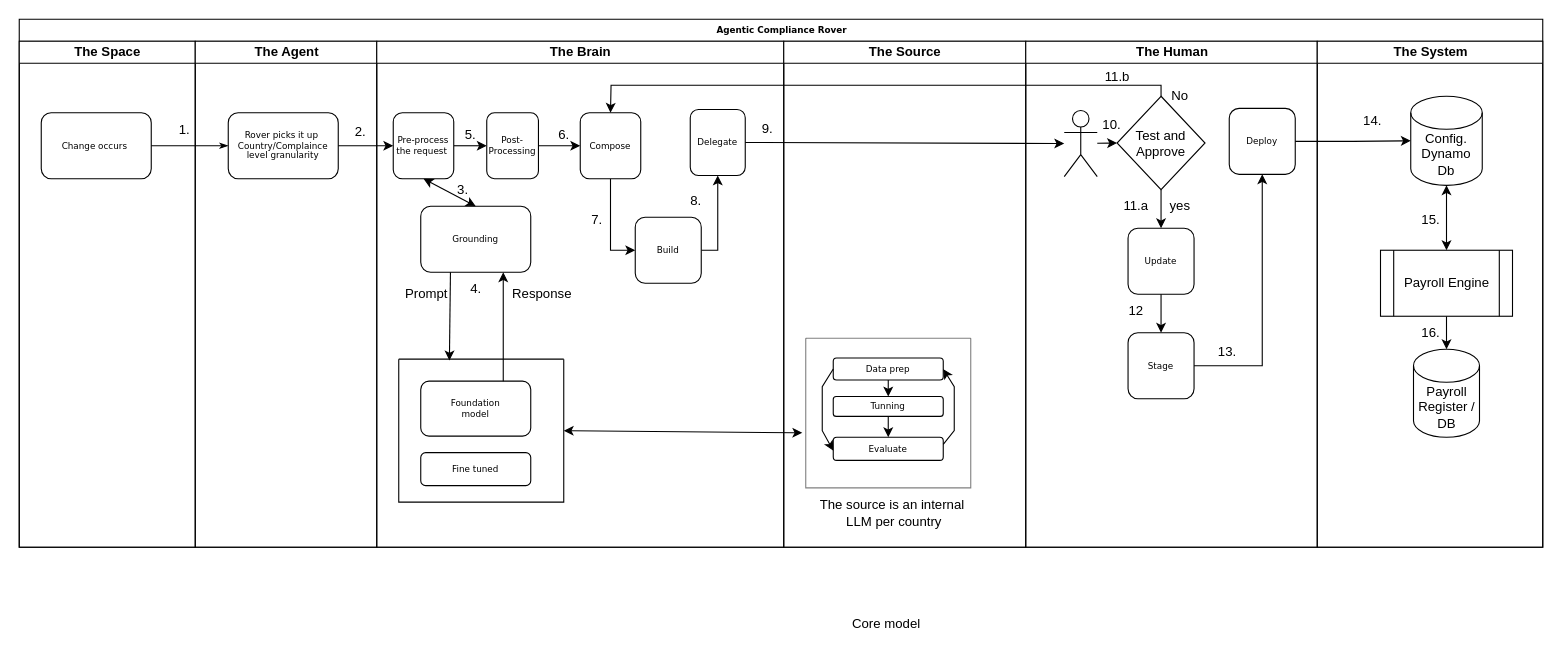
Earlier version of the draw.io diagram Untitled Diagram.drawio (ChiefSamaritan/agenticpayroll). Source tidied: cells renumbered, new cells numbered last; positions are measured from the earlier drawing's top-left corner, leaving out a move shared by most shapes. Both pictures are drawn from the tidied source at 110%, with x=0, y=0 at pixel (19, 19).
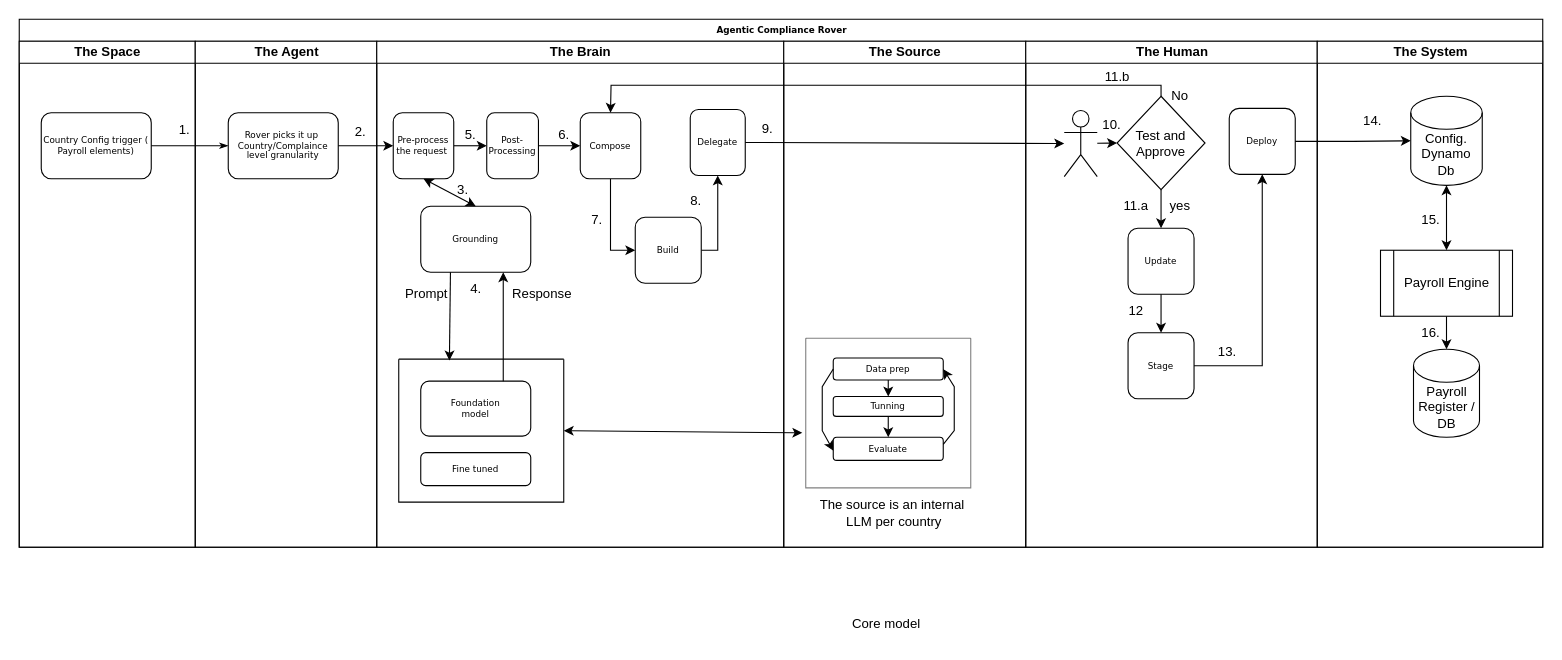
After the change.

The change refers to these unchanged cells:
```xml
<mxCell id="3" value="The Space" style="swimlane;html=1;startSize=20;" parent="2" vertex="1">
  <mxGeometry y="20" width="160" height="460" as="geometry" />
</mxCell>
```

The edit, as a diff of the source:
```diff
@@
-    <mxCell id="4" value="Change occurs&amp;nbsp;" style="rounded=1;whiteSpace=wrap;html=1;shadow=0;labelBackgroundColor=none;strokeWidth=1;fontFamily=Verdana;fontSize=8;align=center;" parent="3" vertex="1">
+    <mxCell id="4" value="Country Config trigger ( Payroll elements)" style="rounded=1;whiteSpace=wrap;html=1;shadow=0;labelBackgroundColor=none;strokeWidth=1;fontFamily=Verdana;fontSize=8;align=center;" parent="3" vertex="1">
       <mxGeometry x="20" y="65" width="100" height="60" as="geometry" />
     </mxCell>
```
